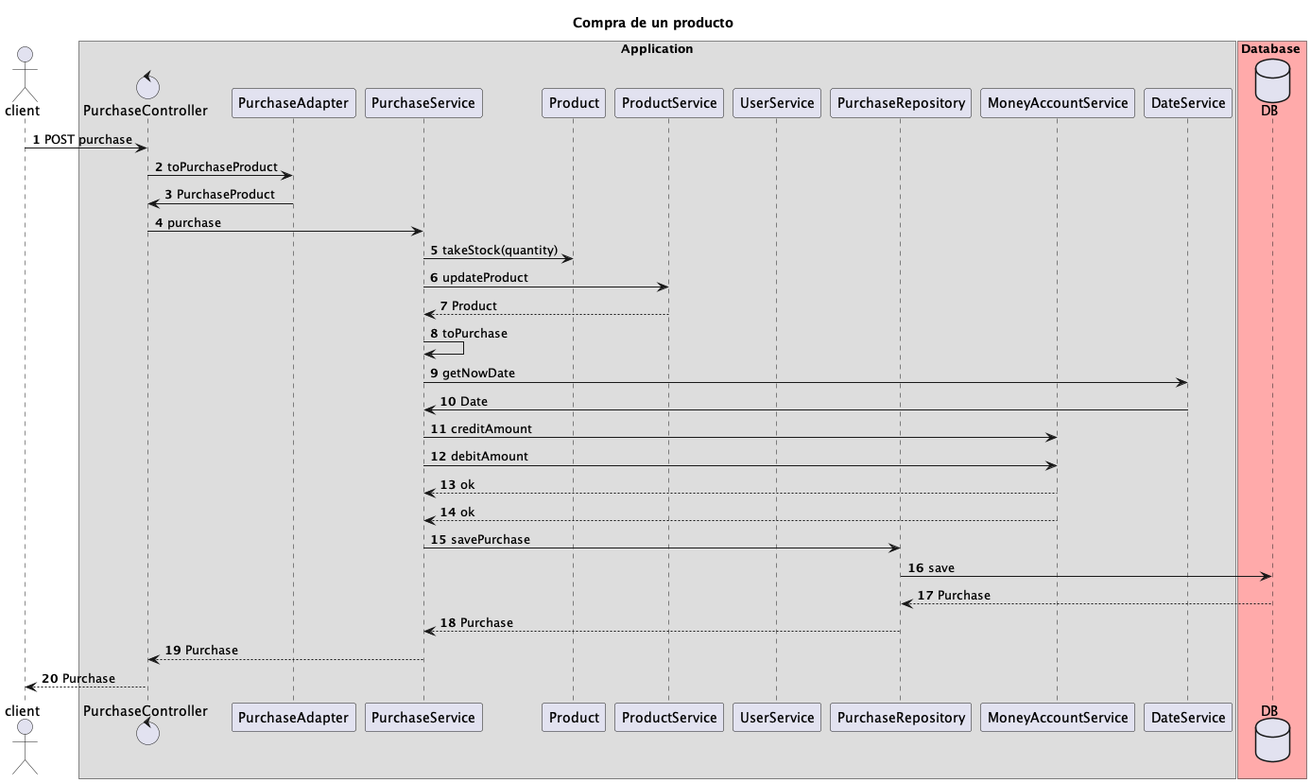
The PlantUML diagram docs/diagrams/sequence/purchase_product-Compra_de_un_producto.png in lucasmatw/arq2-marketplace-backend, before a commit.
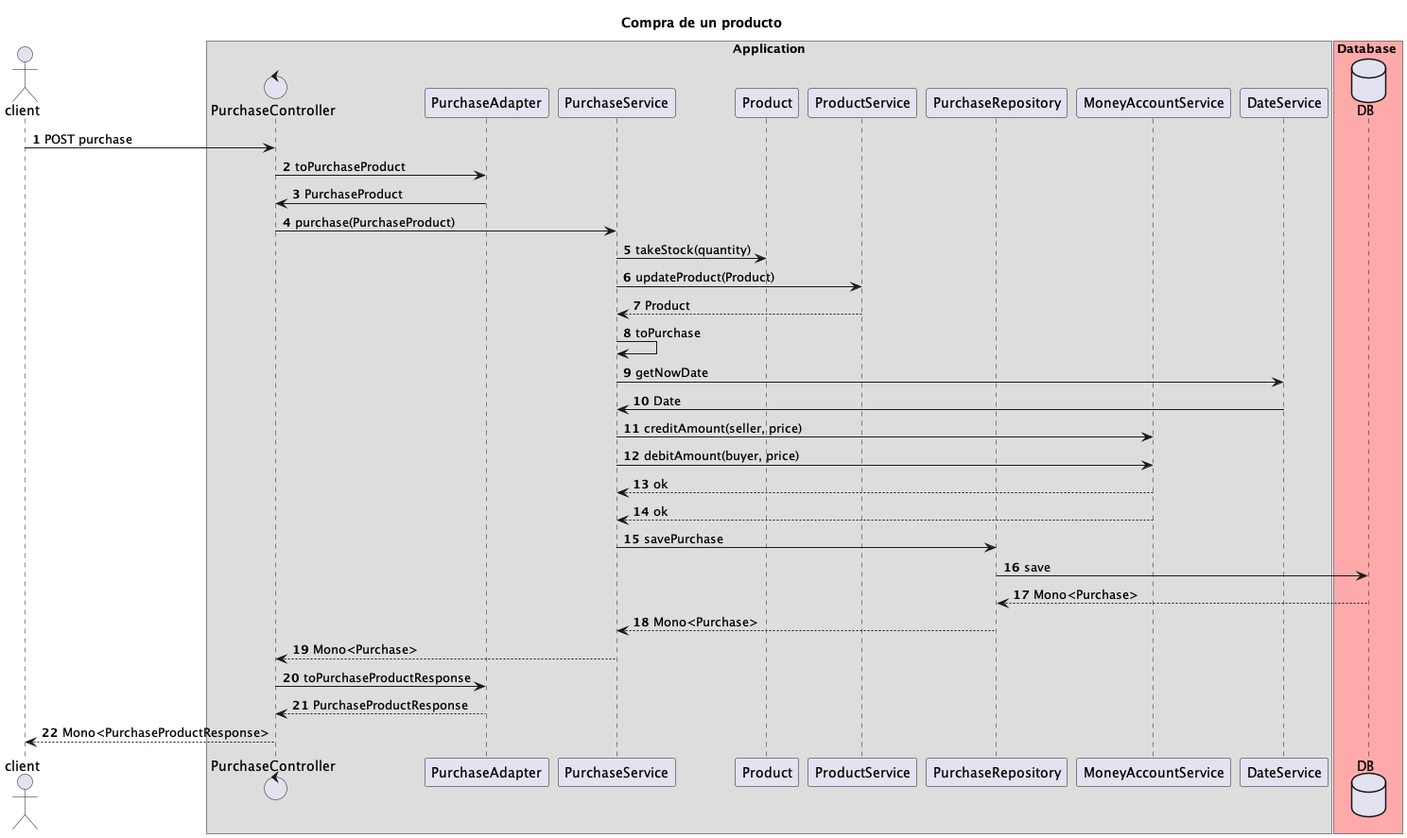
Above is the later version.

What changed in the source:
```diff
@@ -12,7 +12,6 @@
 participant PurchaseService
 participant Product
 participant ProductService
-participant UserService
 participant PurchaseRepository
 participant MoneyAccountService
 participant DateService
@@ -29,27 +28,29 @@
 
 PurchaseController -> PurchaseAdapter: toPurchaseProduct
 PurchaseAdapter -> PurchaseController: PurchaseProduct
-PurchaseController -> PurchaseService: purchase
+PurchaseController -> PurchaseService: purchase(PurchaseProduct)
 
 PurchaseService -> Product : takeStock(quantity)
-PurchaseService -> ProductService: updateProduct
+PurchaseService -> ProductService: updateProduct(Product)
 
 ProductService --> PurchaseService : Product
 PurchaseService -> PurchaseService : toPurchase
 PurchaseService -> DateService : getNowDate
 DateService -> PurchaseService : Date
 
-PurchaseService -> MoneyAccountService : creditAmount
-PurchaseService -> MoneyAccountService : debitAmount
+PurchaseService -> MoneyAccountService : creditAmount(seller, price)
+PurchaseService -> MoneyAccountService : debitAmount(buyer, price)
 MoneyAccountService --> PurchaseService : ok
 MoneyAccountService --> PurchaseService : ok
 
 PurchaseService -> PurchaseRepository :savePurchase
 PurchaseRepository -> DB : save
-DB --> PurchaseRepository : Purchase
-PurchaseRepository --> PurchaseService : Purchase
+DB --> PurchaseRepository : Mono<Purchase>
+PurchaseRepository --> PurchaseService : Mono<Purchase>
 
-PurchaseService --> PurchaseController : Purchase
-PurchaseController --> client : Purchase
+PurchaseService --> PurchaseController : Mono<Purchase>
+PurchaseController -> PurchaseAdapter : toPurchaseProductResponse
+PurchaseAdapter --> PurchaseController : PurchaseProductResponse
+PurchaseController --> client : Mono<PurchaseProductResponse>
 
 @enduml
```
